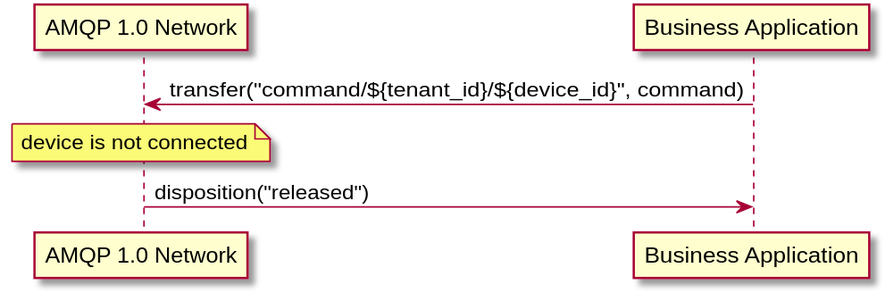
The PlantUML diagram site/documentation/content/api/command_control_device_not_connected.svg in eclipse-hono/hono, before a commit.
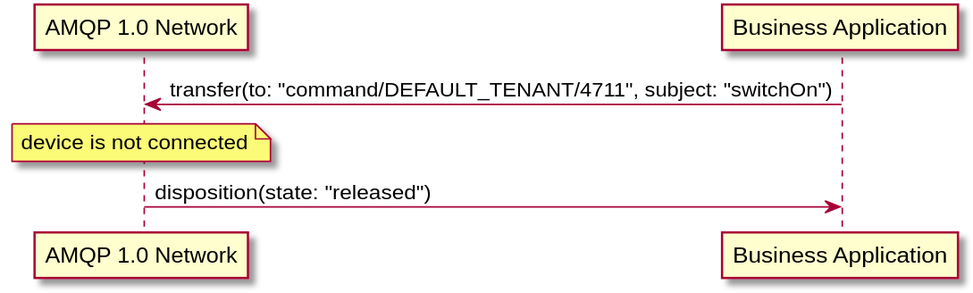
The same file after the commit.

What changed in the source:
```diff
@@ -4,9 +4,9 @@
 participant "AMQP 1.0 Network"
 participant "Business Application"
 
-"Business Application" -> "AMQP 1.0 Network": transfer("command/${tenant_id}/${device_id}", command)
+"Business Application" -> "AMQP 1.0 Network": transfer(to: "command/DEFAULT_TENANT/4711", subject: "switchOn")
 note over "AMQP 1.0 Network"
 device is not connected
 end note
-"AMQP 1.0 Network" -> "Business Application": disposition("released")
+"AMQP 1.0 Network" -> "Business Application": disposition(state: "released")
 @enduml
```
